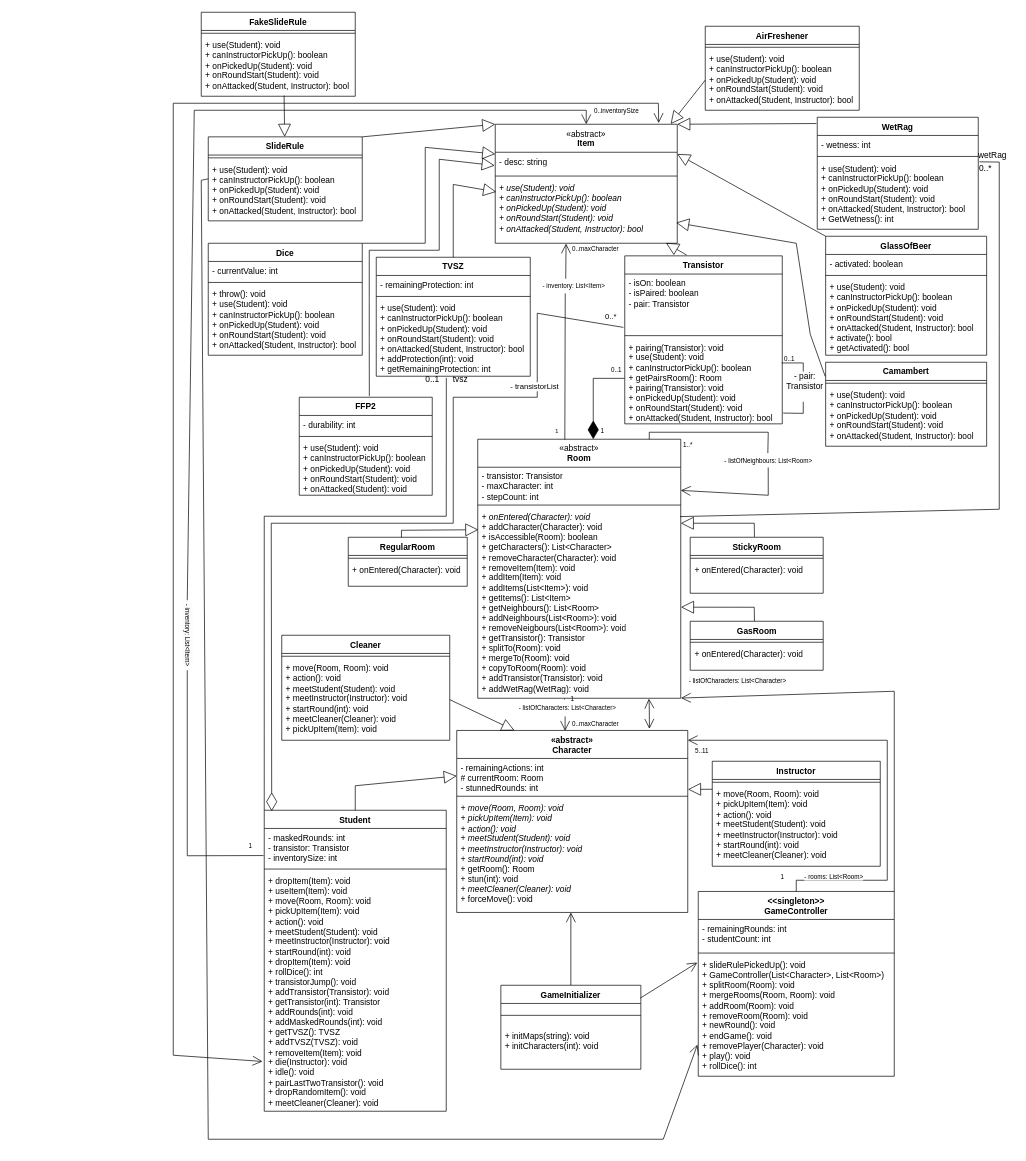
Above: Beadások/6. Beadás/Változás-Class Diagram.drawio in XanleR/U.B.R.---Projlab-2024 (draw.io), before the change. Source tidied: cells renumbered, new cells numbered last; positions are measured from the earlier drawing's top-left corner, leaving out a move shared by most shapes. Both pictures are drawn from the tidied source at 70%, with x=0, y=0 at pixel (152, 12).
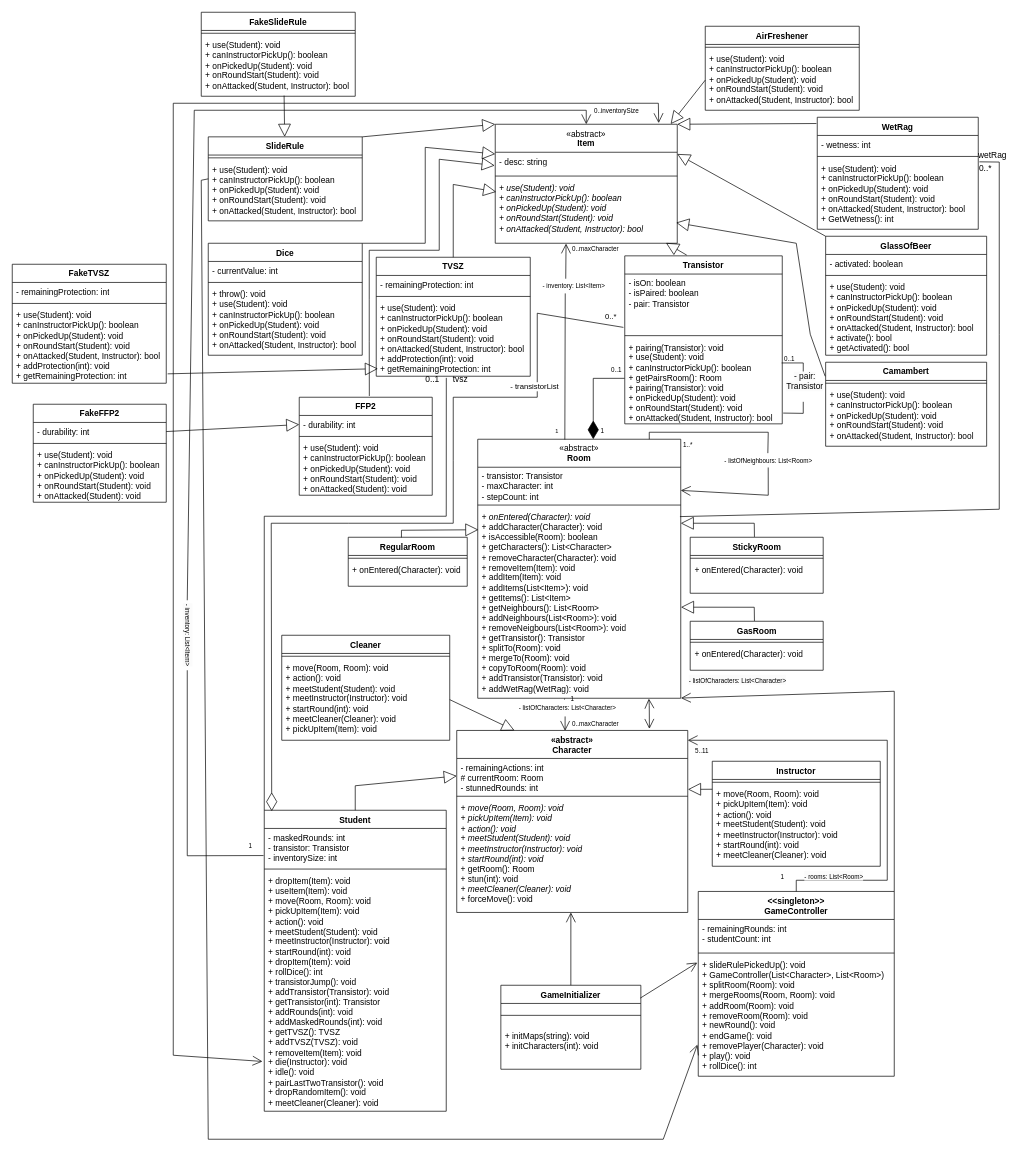
Above is the later version.

The change refers to these unchanged cells:
```xml
<mxCell id="13" value="+ use(Student): void&lt;div&gt;&lt;span style=&quot;background-color: initial;&quot;&gt;+ canInstructorPickUp(): boolean&lt;/span&gt;&lt;/div&gt;&lt;div&gt;+ onPickedUp(Student): void&lt;br style=&quot;border-color: var(--border-color);&quot;&gt;+ onRoundStart(Student): void&lt;br style=&quot;border-color: var(--border-color);&quot;&gt;+ onAttacked(Student, Instructor): bool&lt;span style=&quot;background-color: initial;&quot;&gt;&lt;br&gt;&lt;/span&gt;&lt;/div&gt;&lt;div&gt;+ addProtection(int): void&lt;/div&gt;&lt;div&gt;+ getRemainingProtection: int&lt;/div&gt;" style="text;strokeColor=none;fillColor=none;align=left;verticalAlign=top;spacingLeft=4;spacingRight=4;overflow=hidden;points=[[0,0.5],[1,0.5]];portConstraint=eastwest;whiteSpace=wrap;html=1;" parent="10" vertex="1">
  <mxGeometry y="60" width="220" height="110" as="geometry" />
</mxCell>
<mxCell id="22" value="- durability: int" style="text;strokeColor=none;fillColor=none;align=left;verticalAlign=top;spacingLeft=4;spacingRight=4;overflow=hidden;points=[[0,0.5],[1,0.5]];portConstraint=eastwest;whiteSpace=wrap;html=1;" parent="21" vertex="1">
  <mxGeometry y="26" width="190" height="26" as="geometry" />
</mxCell>
```

Change to the diagram source:
```diff
@@
+    <mxCell id="139" value="FakeFFP2" style="swimlane;fontStyle=1;align=center;verticalAlign=top;horizontal=1;startSize=26;whiteSpace=wrap;html=1;" parent="1" vertex="1">
+      <mxGeometry x="-170" y="560" width="190" height="140" as="geometry" />
+    </mxCell>
+    <mxCell id="140" value="- durability: int" style="text;strokeColor=none;fillColor=none;align=left;verticalAlign=top;spacingLeft=4;spacingRight=4;overflow=hidden;points=[[0,0.5],[1,0.5]];portConstraint=eastwest;whiteSpace=wrap;html=1;" parent="139" vertex="1">
+      <mxGeometry y="26" width="190" height="26" as="geometry" />
+    </mxCell>
+    <mxCell id="141" style="line;strokeWidth=1;fillColor=none;align=left;verticalAlign=middle;spacingTop=-1;spacingLeft=3;spacingRight=3;labelPosition=right;strokeColor=inherit;" parent="139" vertex="1">
+      <mxGeometry y="52" width="190" height="8" as="geometry" />
+    </mxCell>
+    <mxCell id="142" value="+ use(Student): void&lt;br&gt;&lt;div&gt;+ canInstructorPickUp(): boolean&lt;br&gt;&lt;/div&gt;&lt;div&gt;+ onPickedUp(Student): void&lt;br style=&quot;border-color: var(--border-color);&quot;&gt;+ onRoundStart(Student): void&lt;br style=&quot;border-color: var(--border-color);&quot;&gt;+ onAttacked(Student): void&lt;br&gt;&lt;/div&gt;" style="text;strokeColor=none;fillColor=none;align=left;verticalAlign=top;spacingLeft=4;spacingRight=4;overflow=hidden;whiteSpace=wrap;html=1;" parent="139" vertex="1">
+      <mxGeometry y="60" width="190" height="80" as="geometry" />
+    </mxCell>
+    <mxCell id="143" style="endArrow=block;endSize=16;endFill=0;html=1;rounded=0;entryX=0;entryY=0.5;entryDx=0;entryDy=0;exitX=1;exitY=0.5;exitDx=0;exitDy=0;" parent="1" edge="1" source="140" target="22">
+      <mxGeometry relative="1" as="geometry" />
+    </mxCell>
+    <mxCell id="144" value="FakeTVSZ" style="swimlane;fontStyle=1;align=center;verticalAlign=top;horizontal=1;startSize=26;whiteSpace=wrap;html=1;" parent="1" vertex="1">
+      <mxGeometry x="-200" y="360" width="220" height="170" as="geometry" />
+    </mxCell>
+    <mxCell id="145" value="- remainingProtection: int" style="text;strokeColor=none;fillColor=none;align=left;verticalAlign=top;spacingLeft=4;spacingRight=4;overflow=hidden;whiteSpace=wrap;html=1;" parent="144" vertex="1">
+      <mxGeometry y="26" width="220" height="26" as="geometry" />
+    </mxCell>
+    <mxCell id="146" style="line;strokeWidth=1;fillColor=none;align=left;verticalAlign=middle;spacingTop=-1;spacingLeft=3;spacingRight=3;labelPosition=right;strokeColor=inherit;" parent="144" vertex="1">
+      <mxGeometry y="52" width="220" height="8" as="geometry" />
+    </mxCell>
+    <mxCell id="147" value="+ use(Student): void&lt;div&gt;&lt;span style=&quot;background-color: initial;&quot;&gt;+ canInstructorPickUp(): boolean&lt;/span&gt;&lt;/div&gt;&lt;div&gt;+ onPickedUp(Student): void&lt;br style=&quot;border-color: var(--border-color);&quot;&gt;+ onRoundStart(Student): void&lt;br style=&quot;border-color: var(--border-color);&quot;&gt;+ onAttacked(Student, Instructor): bool&lt;span style=&quot;background-color: initial;&quot;&gt;&lt;br&gt;&lt;/span&gt;&lt;/div&gt;&lt;div&gt;+ addProtection(int): void&lt;/div&gt;&lt;div&gt;+ getRemainingProtection: int&lt;/div&gt;" style="text;strokeColor=none;fillColor=none;align=left;verticalAlign=top;spacingLeft=4;spacingRight=4;overflow=hidden;points=[[0,0.5],[1,0.5]];portConstraint=eastwest;whiteSpace=wrap;html=1;" parent="144" vertex="1">
+      <mxGeometry y="60" width="220" height="110" as="geometry" />
+    </mxCell>
+    <mxCell id="148" style="endArrow=block;endSize=16;endFill=0;html=1;rounded=0;entryX=0.011;entryY=0.902;entryDx=0;entryDy=0;entryPerimeter=0;exitX=1.009;exitY=0.878;exitDx=0;exitDy=0;exitPerimeter=0;" parent="1" edge="1" source="147" target="13">
+      <mxGeometry relative="1" as="geometry" />
+    </mxCell>
```
